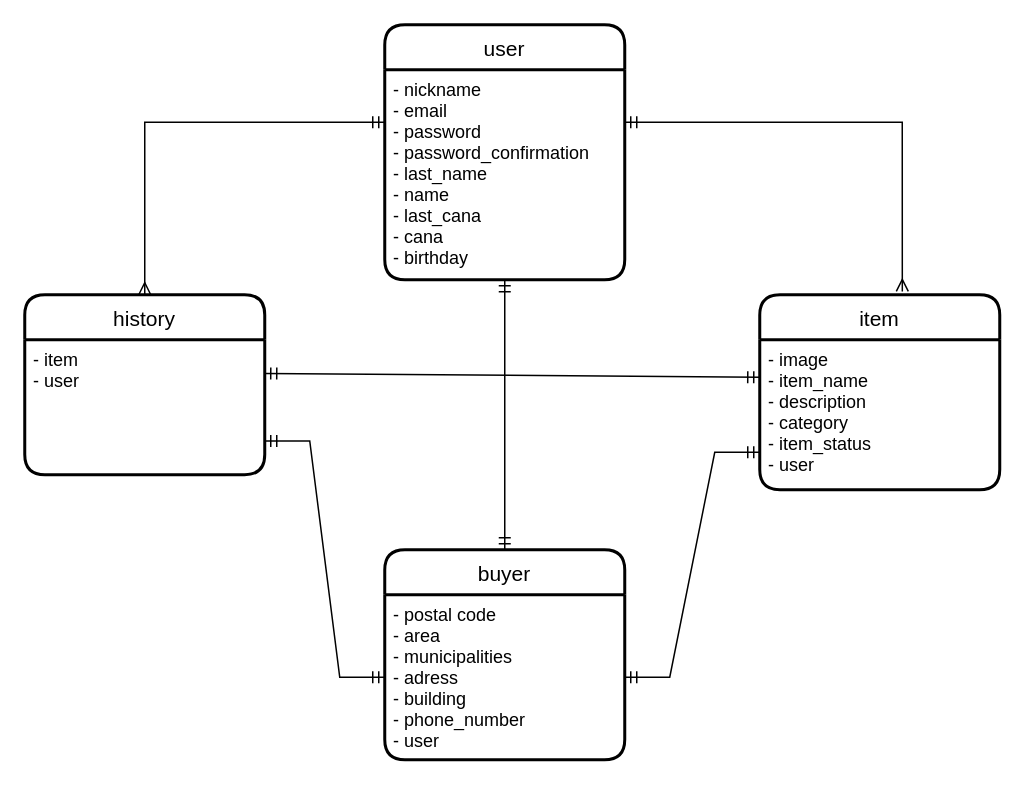
tech-kannnari/furima-34414 keeps this draw.io diagram as furima.dio. Above is the earlier version. Source tidied: cells renumbered, new cells numbered last; positions are measured from the earlier drawing's top-left corner, leaving out a move shared by most shapes. Both pictures are drawn from the tidied source at 150%, with x=0, y=0 at pixel (24, 24).
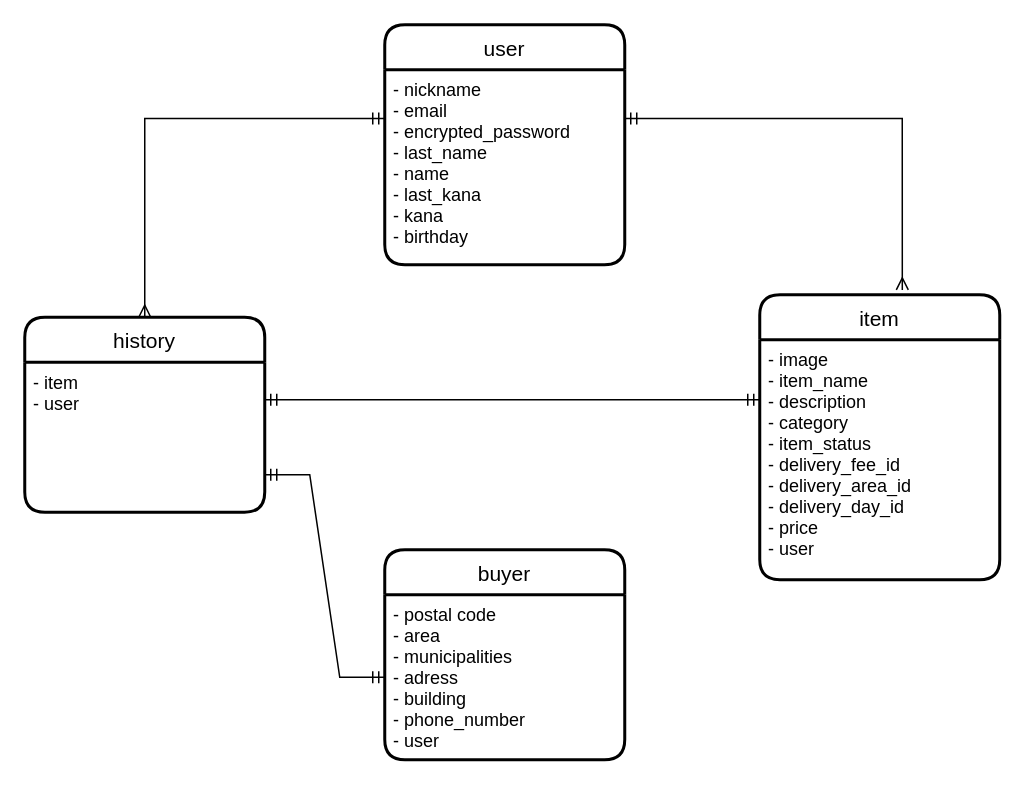
After the change.

Commit message (it also covers changes not shown here):
ER図、readmeの修正2

Diff of the diagram source:
```diff
@@
 <mxGraphModel>
   <root>
     <mxCell id="0" />
     <mxCell id="1" parent="0" />
     <mxCell id="2" value="history" style="swimlane;horizontal=1;startSize=30;rounded=1;fontSize=14;fontStyle=0;strokeWidth=2;shadow=0;dashed=0;align=center;" parent="1" vertex="1">
-      <mxGeometry y="180" width="160" height="120" as="geometry" />
+      <mxGeometry y="195" width="160" height="130" as="geometry" />
     </mxCell>
     <mxCell id="3" value="- item&#10;- user" style="align=left;strokeColor=none;fillColor=none;spacingLeft=4;fontSize=12;verticalAlign=top;" parent="2" vertex="1">
-      <mxGeometry y="30" width="160" height="90" as="geometry" />
+      <mxGeometry y="30" width="160" height="100" as="geometry" />
     </mxCell>
     <mxCell id="4" value="user" style="swimlane;horizontal=1;startSize=30;rounded=1;fontSize=14;fontStyle=0;strokeWidth=2;shadow=0;dashed=0;align=center;" parent="1" vertex="1">
-      <mxGeometry x="240" width="160" height="170" as="geometry" />
+      <mxGeometry x="240" width="160" height="160" as="geometry" />
     </mxCell>
-    <mxCell id="5" value="- nickname&#10;- email&#10;- password&#10;- password_confirmation&#10;- last_name&#10;- name&#10;- last_cana&#10;- cana&#10;- birthday" style="align=left;strokeColor=none;fillColor=none;spacingLeft=4;fontSize=12;verticalAlign=top;" parent="4" vertex="1">
-      <mxGeometry y="30" width="160" height="140" as="geometry" />
+    <mxCell id="5" value="- nickname&#10;- email&#10;- encrypted_password&#10;- last_name&#10;- name&#10;- last_kana&#10;- kana&#10;- birthday" style="align=left;strokeColor=none;fillColor=none;spacingLeft=4;fontSize=12;verticalAlign=top;" parent="4" vertex="1">
+      <mxGeometry y="30" width="160" height="130" as="geometry" />
     </mxCell>
     <mxCell id="6" value="item" style="swimlane;horizontal=1;startSize=30;rounded=1;fontSize=14;fontStyle=0;strokeWidth=2;shadow=0;dashed=0;align=center;" parent="1" vertex="1">
-      <mxGeometry x="490" y="180" width="160" height="130" as="geometry" />
+      <mxGeometry x="490" y="180" width="160" height="190" as="geometry" />
     </mxCell>
-    <mxCell id="7" value="- image&#10;- item_name&#10;- description&#10;- category&#10;- item_status&#10;- user" style="align=left;strokeColor=none;fillColor=none;spacingLeft=4;fontSize=12;verticalAlign=top;" parent="6" vertex="1">
-      <mxGeometry y="30" width="160" height="100" as="geometry" />
+    <mxCell id="7" value="- image&#10;- item_name&#10;- description&#10;- category&#10;- item_status&#10;- delivery_fee_id&#10;- delivery_area_id&#10;- delivery_day_id&#10;- price&#10;- user" style="align=left;strokeColor=none;fillColor=none;spacingLeft=4;fontSize=12;verticalAlign=top;" parent="6" vertex="1">
+      <mxGeometry y="30" width="160" height="160" as="geometry" />
     </mxCell>
     <mxCell id="8" value="buyer" style="swimlane;horizontal=1;startSize=30;rounded=1;fontSize=14;fontStyle=0;strokeWidth=2;shadow=0;dashed=0;align=center;" parent="1" vertex="1">
       <mxGeometry x="240" y="350" width="160" height="140" as="geometry" />
     </mxCell>
     <mxCell id="9" value="- postal code&#10;- area&#10;- municipalities&#10;- adress&#10;- building&#10;- phone_number&#10;- user" style="align=left;strokeColor=none;fillColor=none;spacingLeft=4;fontSize=12;verticalAlign=top;" parent="8" vertex="1">
       <mxGeometry y="30" width="160" height="110" as="geometry" />
     </mxCell>
     <mxCell id="10" style="edgeStyle=entityRelationEdgeStyle;rounded=0;jettySize=auto;html=1;exitX=1;exitY=0.75;exitDx=0;exitDy=0;startArrow=ERmandOne;startFill=0;endArrow=ERmandOne;endFill=0;strokeWidth=1;" parent="1" edge="1" source="3" target="9">
       <mxGeometry relative="1" as="geometry" />
     </mxCell>
-    <mxCell id="11" style="edgeStyle=entityRelationEdgeStyle;rounded=0;jettySize=auto;html=1;exitX=0;exitY=0.75;exitDx=0;exitDy=0;entryX=1;entryY=0.5;entryDx=0;entryDy=0;startArrow=ERmandOne;startFill=0;endArrow=ERmandOne;endFill=0;strokeWidth=1;" parent="1" edge="1" source="7" target="9">
-      <mxGeometry relative="1" as="geometry" />
-    </mxCell>
-    <mxCell id="12" style="edgeStyle=none;rounded=0;jettySize=auto;html=1;exitX=0.5;exitY=1;exitDx=0;exitDy=0;endArrow=ERmandOne;endFill=0;startArrow=ERmandOne;startFill=0;" parent="1" edge="1" source="5" target="8">
-      <mxGeometry relative="1" as="geometry" />
-    </mxCell>
     <mxCell id="13" style="edgeStyle=orthogonalEdgeStyle;rounded=0;jettySize=auto;html=1;exitX=0;exitY=0.25;exitDx=0;exitDy=0;entryX=0.5;entryY=0;entryDx=0;entryDy=0;startArrow=ERmandOne;startFill=0;endArrow=ERmany;endFill=0;" parent="1" edge="1" source="5" target="2">
       <mxGeometry relative="1" as="geometry" />
     </mxCell>
     <mxCell id="14" style="edgeStyle=orthogonalEdgeStyle;rounded=0;jettySize=auto;html=1;exitX=1;exitY=0.25;exitDx=0;exitDy=0;entryX=0.594;entryY=-0.017;entryDx=0;entryDy=0;entryPerimeter=0;startArrow=ERmandOne;startFill=0;endArrow=ERmany;endFill=0;" parent="1" edge="1" source="5" target="6">
       <mxGeometry relative="1" as="geometry" />
     </mxCell>
     <mxCell id="15" style="edgeStyle=none;rounded=0;jettySize=auto;html=1;exitX=1;exitY=0.25;exitDx=0;exitDy=0;startArrow=ERmandOne;startFill=0;endArrow=ERmandOne;endFill=0;entryX=0;entryY=0.25;entryDx=0;entryDy=0;" parent="1" edge="1" source="3" target="7">
       <mxGeometry relative="1" as="geometry" />
     </mxCell>
   </root>
 </mxGraphModel>
```
